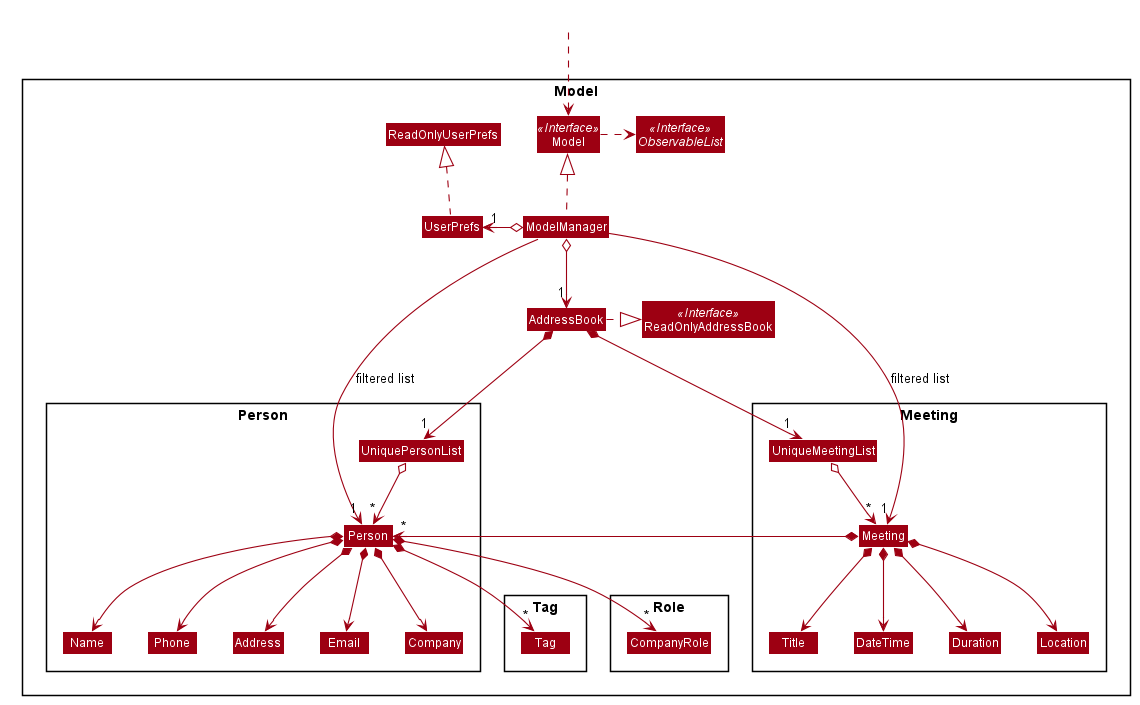
Earlier version of the PlantUML export docs/images/ModelClassDiagram.png (zhaohuanqdcn/tp).
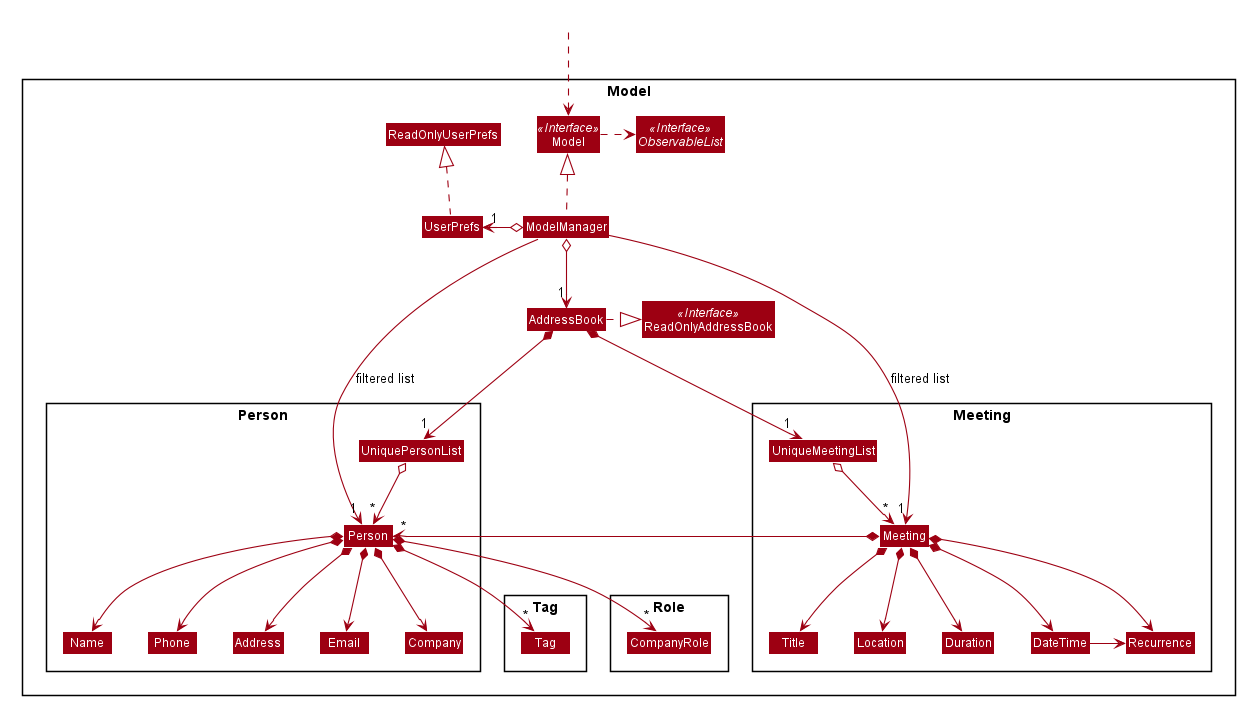
The same diagram one commit later.

What changed in the source:
```diff
@@ -86,6 +86,7 @@
 Class Duration
 Class Location
 Class Title
+Class Recurrence
 Class UniqueMeetingList
 }
 }
@@ -126,11 +127,12 @@
 Meeting *--> Location
 Meeting *--> DateTime
 Meeting *--> Duration
+Meeting *--> Recurrence
+DateTime -right-> Recurrence
 
-Title -[hidden]right-> DateTime
-DateTime -[hidden]right-> Duration
-Duration -[hidden]right-> Location
-Address -[hidden]right-> Email
+Title -[hidden]right-> Location
+Location -[hidden]right-> Duration
+Duration -[hidden]right-> DateTime
 
 Meeting *-left-> "*" Person
 
```
